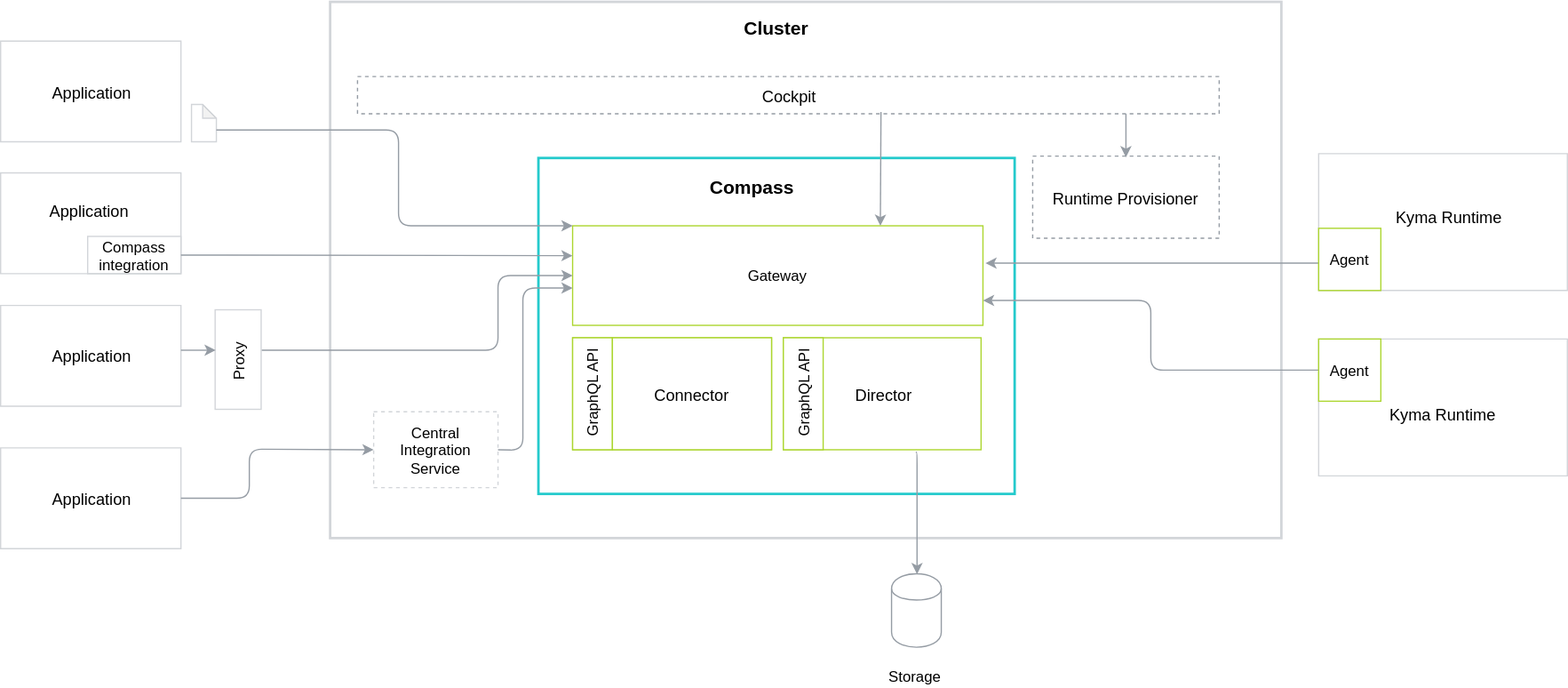
kyma-project/kyma keeps this draw.io diagram as docs/compass/assets/components.svg. Above is the earlier version. Source tidied: cells renumbered, new cells last; positions are measured from the earlier drawing's top-left corner, leaving out a move shared by most shapes.
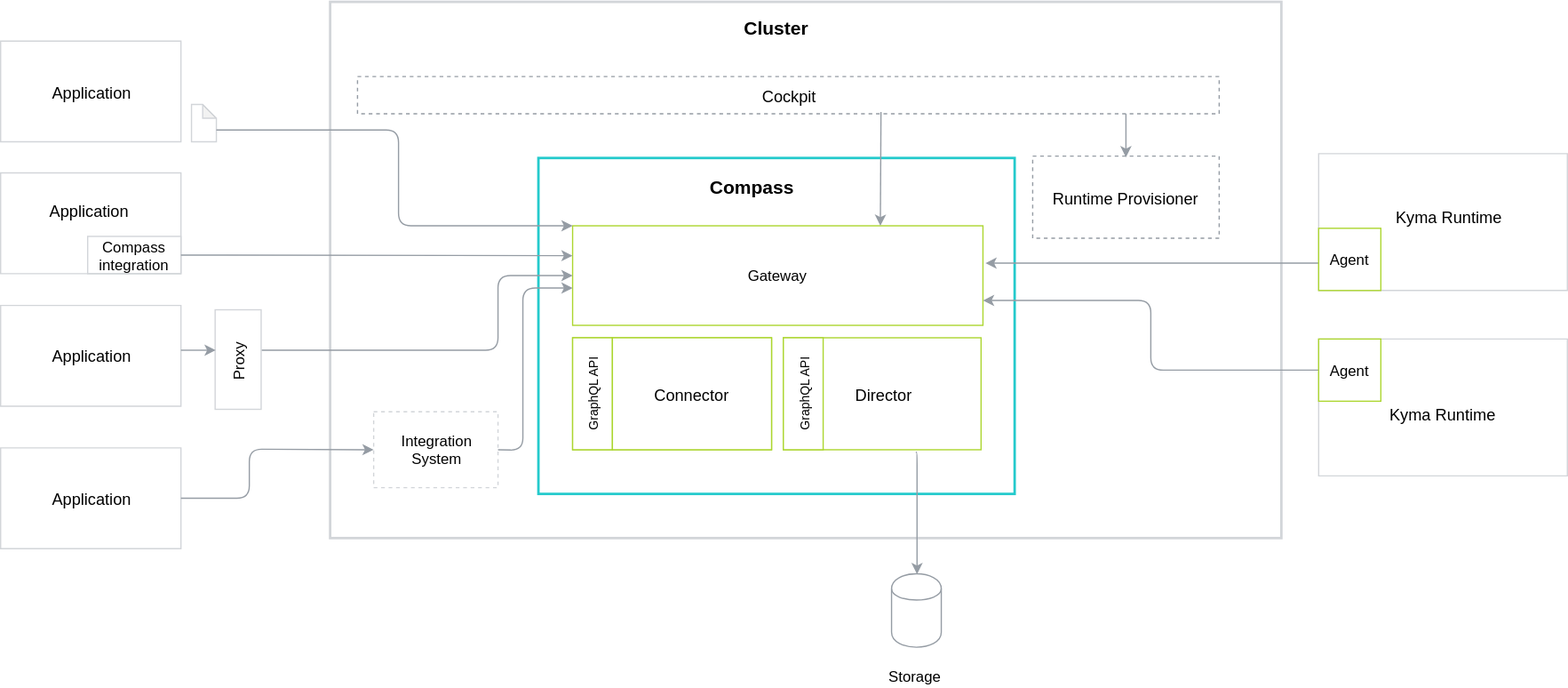
After the commit.

The edit, as a diff of the source:
```diff
@@ -11,7 +11,7 @@
     <mxCell id="4" style="group;strokeColor=#ACD62F;" parent="1" vertex="1">
       <mxGeometry x="460" y="270" width="160" height="90" as="geometry" />
     </mxCell>
-    <mxCell id="5" value="&lt;font style=&quot;font-size: 12px;&quot;&gt;GraphQL API&lt;br style=&quot;font-size: 12px;&quot;&gt;&lt;/font&gt;" style="rounded=0;whiteSpace=wrap;html=1;labelBackgroundColor=none;strokeColor=#ACD62F;strokeWidth=1;fillColor=#FFFFFF;gradientColor=none;fontFamily=Helvetica;fontSize=12;fontColor=#000000;horizontal=0;" parent="4" vertex="1">
+    <mxCell id="5" value="&lt;font&gt;&lt;font style=&quot;font-size: 10px&quot;&gt;GraphQL API&lt;/font&gt;&lt;br style=&quot;font-size: 12px&quot;&gt;&lt;/font&gt;" style="rounded=0;whiteSpace=wrap;html=1;labelBackgroundColor=none;strokeColor=#ACD62F;strokeWidth=1;fillColor=#FFFFFF;gradientColor=none;fontFamily=Helvetica;fontSize=12;fontColor=#000000;horizontal=0;" parent="4" vertex="1">
       <mxGeometry width="32" height="90" as="geometry" />
     </mxCell>
     <mxCell id="6" value="&lt;font style=&quot;font-size: 13px&quot;&gt;Connector&lt;br&gt;&lt;/font&gt;" style="rounded=0;whiteSpace=wrap;html=1;labelBackgroundColor=none;strokeColor=#ACD62F;strokeWidth=1;fillColor=#FFFFFF;gradientColor=none;fontFamily=Helvetica;fontSize=15;fontColor=#000000;" parent="4" vertex="1">
@@ -57,7 +57,7 @@
     <mxCell id="18" value="&lt;font style=&quot;font-size: 13px&quot;&gt;Director&lt;/font&gt;" style="rounded=0;whiteSpace=wrap;html=1;strokeColor=#ACD62F;fillColor=none;" parent="1" vertex="1">
       <mxGeometry x="629.5" y="270" width="159" height="90" as="geometry" />
     </mxCell>
-    <mxCell id="19" value="Central Integration&lt;br&gt;Service" style="rounded=0;whiteSpace=wrap;html=1;strokeColor=#D2D5D9;strokeWidth=1;dashed=1;" parent="1" vertex="1">
+    <mxCell id="19" value="Integration&lt;br&gt;System" style="rounded=0;whiteSpace=wrap;html=1;strokeColor=#D2D5D9;strokeWidth=1;dashed=1;" parent="1" vertex="1">
       <mxGeometry x="300" y="329.5" width="100" height="61" as="geometry" />
     </mxCell>
     <mxCell id="20" style="shape=parallelogram;perimeter=parallelogramPerimeter;whiteSpace=wrap;html=1;size=0;strokeColor=#D2D5D9;" parent="1" vertex="1">
@@ -132,7 +132,7 @@
         <mxPoint x="173" y="280" as="targetPoint" />
       </mxGeometry>
     </mxCell>
-    <mxCell id="34" value="&lt;font style=&quot;font-size: 12px;&quot;&gt;GraphQL API&lt;br style=&quot;font-size: 12px;&quot;&gt;&lt;/font&gt;" style="rounded=0;whiteSpace=wrap;html=1;labelBackgroundColor=none;strokeColor=#ACD62F;strokeWidth=1;fillColor=#FFFFFF;gradientColor=none;fontFamily=Helvetica;fontSize=12;fontColor=#000000;horizontal=0;" parent="1" vertex="1">
+    <mxCell id="34" value="&lt;font&gt;&lt;font style=&quot;font-size: 10px&quot;&gt;GraphQL API&lt;/font&gt;&lt;br style=&quot;font-size: 12px&quot;&gt;&lt;/font&gt;" style="rounded=0;whiteSpace=wrap;html=1;labelBackgroundColor=none;strokeColor=#ACD62F;strokeWidth=1;fillColor=#FFFFFF;gradientColor=none;fontFamily=Helvetica;fontSize=12;fontColor=#000000;horizontal=0;" parent="1" vertex="1">
       <mxGeometry x="629.5" y="270" width="32" height="90" as="geometry" />
     </mxCell>
     <mxCell id="35" style="shape=parallelogram;perimeter=parallelogramPerimeter;whiteSpace=wrap;html=1;size=0;strokeColor=#D2D5D9;" parent="1" vertex="1">
```
